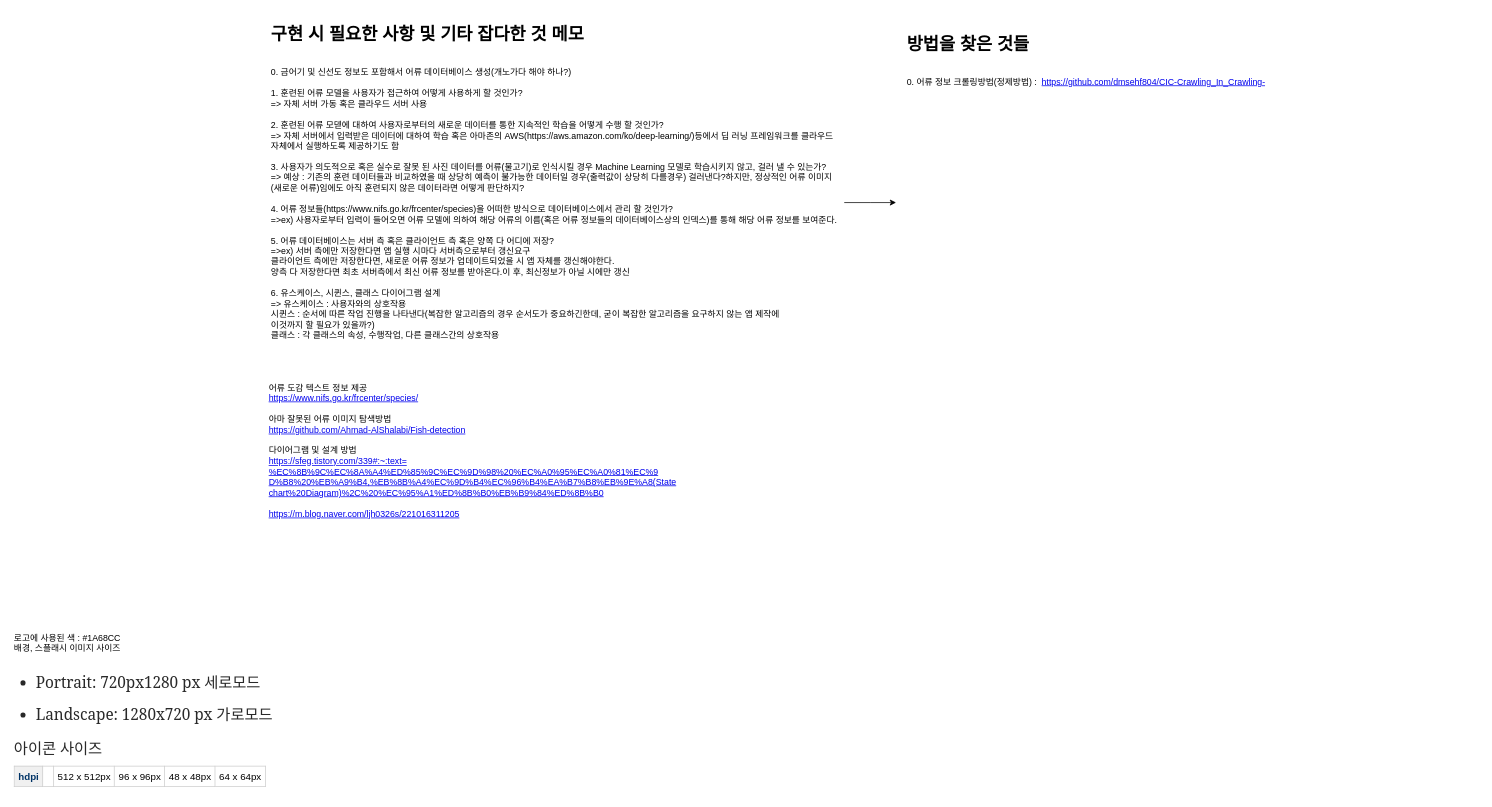
Before: page "메모" (1 of 5) of 설계/설계.drawio in 2021-KNU-Capstone-Team1/FishDic, a draw.io diagram. Source tidied: cells renumbered, new cells numbered last; positions are measured from the earlier drawing's top-left corner, leaving out a move shared by most shapes. Both pictures are drawn from the tidied source at 73%, with x=0, y=0 at pixel (12, 20).
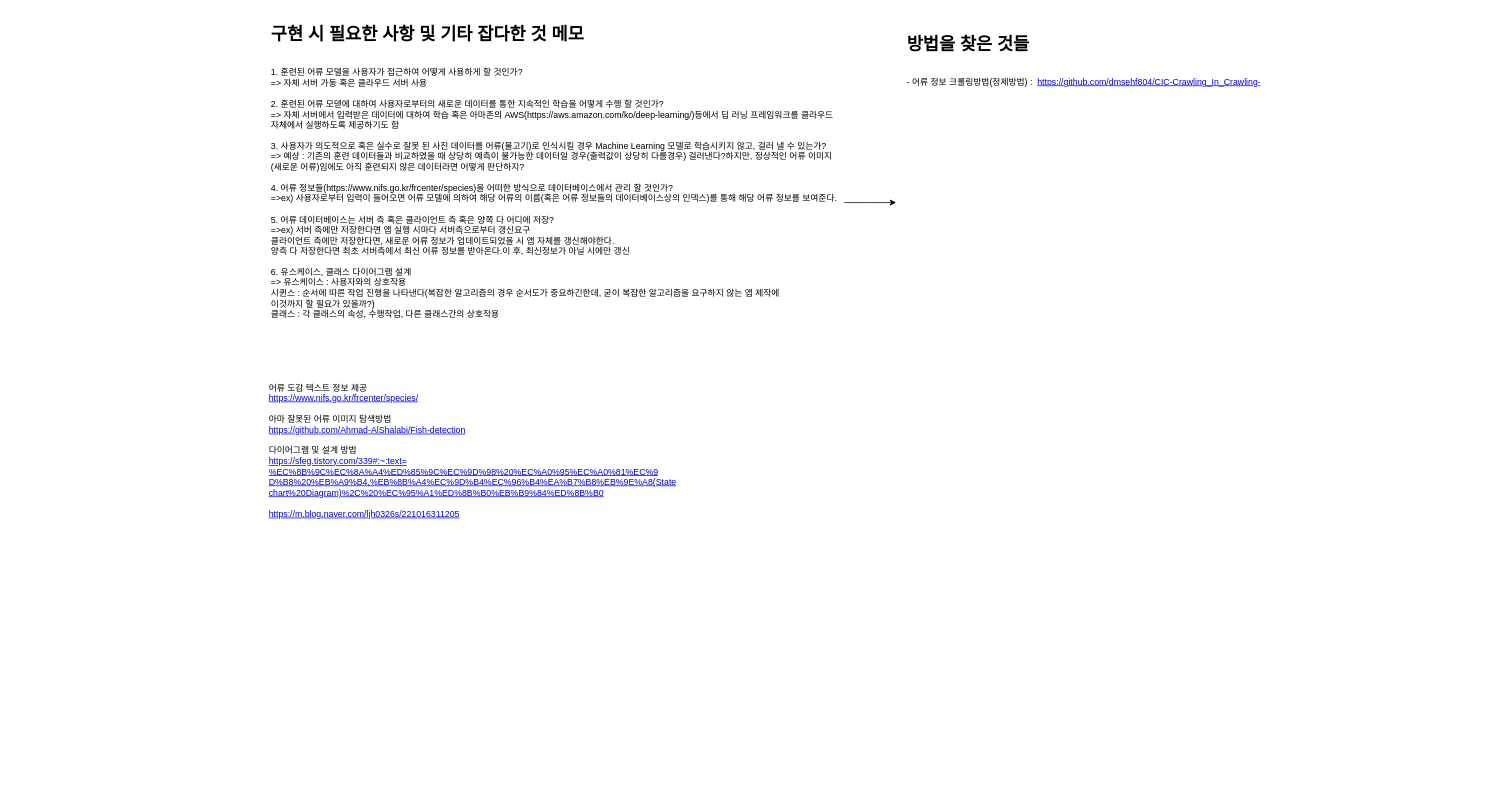
The same diagram, later.

Diff of the diagram source:
```diff
@@
 <mxGraphModel>
   <root>
     <mxCell id="0" />
     <mxCell id="1" parent="0" />
     <mxCell id="2" style="edgeStyle=orthogonalEdgeStyle;rounded=0;jettySize=auto;html=1;" parent="1" edge="1" source="3">
       <mxGeometry relative="1" as="geometry">
         <mxPoint x="1210" y="250" as="targetPoint" />
       </mxGeometry>
     </mxCell>
-    <mxCell id="3" value="&lt;h1&gt;구현 시 필요한 사항 및 기타 잡다한 것 메모&lt;/h1&gt;&lt;div&gt;&lt;strike&gt;&lt;br&gt;&lt;/strike&gt;&lt;/div&gt;&lt;div&gt;0. 금어기 및 신선도 정보도 포함해서 어류 데이터베이스 생성(개노가다 해야 하나?)&lt;/div&gt;&lt;div&gt;&lt;br&gt;&lt;/div&gt;&lt;div&gt;1. 훈련된 어류 모델을 사용자가 접근하여 어떻게 사용하게 할 것인가?&lt;/div&gt;&lt;div&gt;=&amp;gt; 자체 서버 가동 혹은 클라우드 서버 사용&lt;/div&gt;&lt;div&gt;&lt;br&gt;&lt;/div&gt;&lt;div&gt;2. 훈련된 어류 모덷에 대하여 사용자로부터의 새로운 데이터를 통한 지속적인 학습을 어떻게 수행 할 것인가?&lt;/div&gt;&lt;div&gt;=&amp;gt; 자체 서버에서 입력받은 데이터에 대하여 학습 혹은 아마존의 AWS(https://aws.amazon.com/ko/deep-learning/)등에서 딥 러닝 프레임워크를 클라우드 자체에서 실행하도록 제공하기도 함&lt;/div&gt;&lt;div&gt;&lt;br&gt;&lt;/div&gt;&lt;div&gt;3. 사용자가 의도적으로 혹은 실수로 잘못 된 사진 데이터를 어류(물고기)로 인식시킬 경우 Machine Learning 모델로 학습시키지 않고, 걸러 낼 수 있는가?&lt;/div&gt;&lt;div&gt;=&amp;gt; 예상 : 기존의 훈련 데이터들과 비교하였을 때 상당히 예측이 불가능한 데이터일 경우(출력값이 상당히 다를경우) 걸러낸다?하지만, 정상적인 어류 이미지(새로운 어류)임에도 아직 훈련되지 않은 데이터라면 어떻게 판단하지?&lt;/div&gt;&lt;div&gt;&lt;br&gt;&lt;/div&gt;&lt;div&gt;4. 어류 정보들(https://www.nifs.go.kr/frcenter/species)을 어떠한 방식으로 데이터베이스에서 관리 할 것인가?&lt;/div&gt;&lt;div&gt;=&amp;gt;ex) 사용자로부터 입력이 들어오면 어류 모델에 의하여 해당 어류의 이름(혹은 어류 정보들의 데이터베이스상의 인덱스)를 통해 해당 어류 정보를 보여준다.&lt;/div&gt;&lt;div&gt;&lt;br&gt;&lt;/div&gt;&lt;div&gt;5. 어류 데이터베이스는 서버 측 혹은 클라이언트 측 혹은 양쪽 다 어디에 저장?&lt;/div&gt;&lt;div&gt;=&amp;gt;ex) 서버 측에만 저장한다면 앱 실행 시마다 서버측으로부터 갱신요구&lt;/div&gt;&lt;div&gt;클라이언트 측에만 저장한다면, 새로운 어류 정보가 업데이트되었을 시 앱 자체를 갱신해야한다.&lt;/div&gt;&lt;div&gt;양측 다 저장한다면 최초 서버측에서 최신 어류 정보를 받아온다.이 후, 최신정보가 아닐 시에만 갱신&lt;/div&gt;&lt;div&gt;&lt;br&gt;&lt;/div&gt;&lt;div&gt;6. 유스케이스, 시퀸스, 클래스 다이어그램 설계&lt;/div&gt;&lt;div&gt;=&amp;gt; 유스케이스 : 사용자와의 상호작용&lt;/div&gt;&lt;div&gt;시퀸스 : 순서에 따른 작업 진행을 나타낸다(복잡한 알고리즘의 경우 순서도가 중요하긴한데, 굳이 복잡한 알고리즘을 요구하지 않는 앱 제작에&amp;nbsp;&lt;/div&gt;&lt;div&gt;이것까지 할 필요가 있을까?)&lt;/div&gt;&lt;div&gt;클래스 : 각 클래스의 속성, 수행작업, 다른 클래스간의 상호작용&lt;/div&gt;" style="text;html=1;strokeColor=none;fillColor=none;spacing=5;spacingTop=-20;whiteSpace=wrap;overflow=hidden;rounded=0;align=left;" parent="1" vertex="1">
+    <mxCell id="3" value="&lt;h1&gt;구현 시 필요한 사항 및 기타 잡다한 것 메모&lt;/h1&gt;&lt;div&gt;&lt;br&gt;&lt;/div&gt;&lt;div&gt;1. 훈련된 어류 모델을 사용자가 접근하여 어떻게 사용하게 할 것인가?&lt;/div&gt;&lt;div&gt;=&amp;gt; 자체 서버 가동 혹은 클라우드 서버 사용&lt;/div&gt;&lt;div&gt;&lt;br&gt;&lt;/div&gt;&lt;div&gt;2. 훈련된 어류 모덷에 대하여 사용자로부터의 새로운 데이터를 통한 지속적인 학습을 어떻게 수행 할 것인가?&lt;/div&gt;&lt;div&gt;=&amp;gt; 자체 서버에서 입력받은 데이터에 대하여 학습 혹은 아마존의 AWS(https://aws.amazon.com/ko/deep-learning/)등에서 딥 러닝 프레임워크를 클라우드 자체에서 실행하도록 제공하기도 함&lt;/div&gt;&lt;div&gt;&lt;br&gt;&lt;/div&gt;&lt;div&gt;3. 사용자가 의도적으로 혹은 실수로 잘못 된 사진 데이터를 어류(물고기)로 인식시킬 경우 Machine Learning 모델로 학습시키지 않고, 걸러 낼 수 있는가?&lt;/div&gt;&lt;div&gt;=&amp;gt; 예상 : 기존의 훈련 데이터들과 비교하였을 때 상당히 예측이 불가능한 데이터일 경우(출력값이 상당히 다를경우) 걸러낸다?하지만, 정상적인 어류 이미지(새로운 어류)임에도 아직 훈련되지 않은 데이터라면 어떻게 판단하지?&lt;/div&gt;&lt;div&gt;&lt;br&gt;&lt;/div&gt;&lt;div&gt;4. 어류 정보들(https://www.nifs.go.kr/frcenter/species)을 어떠한 방식으로 데이터베이스에서 관리 할 것인가?&lt;/div&gt;&lt;div&gt;=&amp;gt;ex) 사용자로부터 입력이 들어오면 어류 모델에 의하여 해당 어류의 이름(혹은 어류 정보들의 데이터베이스상의 인덱스)를 통해 해당 어류 정보를 보여준다.&lt;/div&gt;&lt;div&gt;&lt;br&gt;&lt;/div&gt;&lt;div&gt;5. 어류 데이터베이스는 서버 측 혹은 클라이언트 측 혹은 양쪽 다 어디에 저장?&lt;/div&gt;&lt;div&gt;=&amp;gt;ex) 서버 측에만 저장한다면 앱 실행 시마다 서버측으로부터 갱신요구&lt;/div&gt;&lt;div&gt;클라이언트 측에만 저장한다면, 새로운 어류 정보가 업데이트되었을 시 앱 자체를 갱신해야한다.&lt;/div&gt;&lt;div&gt;양측 다 저장한다면 최초 서버측에서 최신 어류 정보를 받아온다.이 후, 최신정보가 아닐 시에만 갱신&lt;/div&gt;&lt;div&gt;&lt;br&gt;&lt;/div&gt;&lt;div&gt;6. 유스케이스, 클래스 다이어그램 설계&lt;/div&gt;&lt;div&gt;=&amp;gt; 유스케이스 : 사용자와의 상호작용&lt;/div&gt;&lt;div&gt;시퀸스 : 순서에 따른 작업 진행을 나타낸다(복잡한 알고리즘의 경우 순서도가 중요하긴한데, 굳이 복잡한 알고리즘을 요구하지 않는 앱 제작에&amp;nbsp;&lt;/div&gt;&lt;div&gt;이것까지 할 필요가 있을까?)&lt;/div&gt;&lt;div&gt;클래스 : 각 클래스의 속성, 수행작업, 다른 클래스간의 상호작용&lt;/div&gt;" style="text;html=1;strokeColor=none;fillColor=none;spacing=5;spacingTop=-20;whiteSpace=wrap;overflow=hidden;rounded=0;align=left;" parent="1" vertex="1">
       <mxGeometry x="349" width="790" height="500" as="geometry" />
     </mxCell>
     <mxCell id="4" value="&lt;span&gt;어류 도감 텍스트 정보 제공&lt;/span&gt;&lt;br&gt;&lt;a href=&quot;https://www.nifs.go.kr/frcenter/species/&quot;&gt;https://www.nifs.go.kr/frcenter/species/&lt;/a&gt;&lt;br&gt;&lt;br&gt;&lt;span&gt;아마 잘못된 어류 이미지 탐색방법&lt;/span&gt;&lt;br&gt;&lt;a href=&quot;https://github.com/Ahmad-AlShalabi/Fish-detection&quot;&gt;https://github.com/Ahmad-AlShalabi/Fish-detection&lt;/a&gt;&lt;br&gt;&lt;br&gt;다이어그램 및 설계 방법&lt;br&gt;&lt;a href=&quot;https://sfeg.tistory.com/339#:~:text=%EC%8B%9C%EC%8A%A4%ED%85%9C%EC%9D%98%20%EC%A0%95%EC%A0%81%EC%9D%B8%20%EB%A9%B4,%EB%8B%A4%EC%9D%B4%EC%96%B4%EA%B7%B8%EB%9E%A8(Statechart%20Diagram)%2C%20%EC%95%A1%ED%8B%B0%EB%B9%84%ED%8B%B0&quot;&gt;https://sfeg.tistory.com/339#:~:text=&lt;br&gt;%EC%8B%9C%EC%8A%A4%ED%85%9C%EC%9D%98%20%EC%A0%95%EC%A0%81%EC%9&lt;br&gt;D%B8%20%EB%A9%B4,%EB%8B%A4%EC%9D%B4%EC%96%B4%EA%B7%B8%EB%9E%A8(State&lt;br&gt;chart%20Diagram)%2C%20%EC%95%A1%ED%8B%B0%EB%B9%84%ED%8B%B0&lt;/a&gt;&lt;br&gt;&lt;br&gt;&lt;a href=&quot;https://m.blog.naver.com/ljh0326s/221016311205&quot;&gt;https://m.blog.naver.com/ljh0326s/221016311205&lt;/a&gt;" style="text;html=1;strokeColor=none;fillColor=none;align=left;verticalAlign=middle;whiteSpace=wrap;rounded=0;" parent="1" vertex="1">
       <mxGeometry x="349" y="480" width="681" height="220" as="geometry" />
     </mxCell>
-    <mxCell id="5" value="&lt;h1&gt;방법을 찾은 것들&lt;/h1&gt;&lt;div&gt;&lt;br&gt;&lt;/div&gt;&lt;div&gt;0. 어류 정보 크롤링방법(정제방법) :&amp;nbsp; &lt;a href=&quot;https://github.com/dmsehf804/CIC-Crawling_In_Crawling-&quot;&gt;https://github.com/dmsehf804/CIC-Crawling_In_Crawling-&lt;/a&gt;&lt;/div&gt;" style="text;html=1;strokeColor=none;fillColor=none;spacing=5;spacingTop=-20;whiteSpace=wrap;overflow=hidden;rounded=0;align=left;" parent="1" vertex="1">
+    <mxCell id="5" value="&lt;h1&gt;방법을 찾은 것들&lt;/h1&gt;&lt;div&gt;&lt;br&gt;&lt;/div&gt;&lt;div&gt;- 어류 정보 크롤링방법(정제방법) :&amp;nbsp; &lt;a href=&quot;https://github.com/dmsehf804/CIC-Crawling_In_Crawling-&quot;&gt;https://github.com/dmsehf804/CIC-Crawling_In_Crawling-&lt;/a&gt;&lt;/div&gt;&lt;div&gt;&lt;/div&gt;" style="text;html=1;strokeColor=none;fillColor=none;spacing=5;spacingTop=-20;whiteSpace=wrap;overflow=hidden;rounded=0;align=left;" parent="1" vertex="1">
       <mxGeometry x="1220" y="13" width="790" height="500" as="geometry" />
     </mxCell>
-    <mxCell id="6" value="로고에 사용된 색 :&amp;nbsp;#1A68CC&lt;br&gt;배경, 스플래시 이미지 사이즈&amp;nbsp;&lt;br&gt;&lt;ul class=&quot;&quot; style=&quot;box-sizing: inherit ; margin: 0px ; padding: 0px ; list-style: none none ; color: rgba(0 , 0 , 0 , 0.8) ; font-family: , , &amp;#34;blinkmacsystemfont&amp;#34; , &amp;#34;segoe ui&amp;#34; , &amp;#34;roboto&amp;#34; , &amp;#34;oxygen&amp;#34; , &amp;#34;ubuntu&amp;#34; , &amp;#34;cantarell&amp;#34; , &amp;#34;open sans&amp;#34; , &amp;#34;helvetica neue&amp;#34; , sans-serif ; font-size: medium ; background-color: rgb(255 , 255 , 255)&quot;&gt;&lt;li id=&quot;1b01&quot; class=&quot;hk hl eb hm b fa ij ho hp fd ik hr hs ht il hv hw hx im hz ia ib in id ie if ig ih ii ey&quot; style=&quot;box-sizing: inherit ; color: rgb(41 , 41 , 41) ; line-height: 32px ; letter-spacing: -0.003em ; font-family: &amp;#34;charter&amp;#34; , &amp;#34;georgia&amp;#34; , &amp;#34;cambria&amp;#34; , &amp;#34;times new roman&amp;#34; , &amp;#34;times&amp;#34; , serif ; margin-bottom: -0.46em ; list-style-type: disc ; margin-left: 30px ; padding-left: 0px ; font-size: 21px ; margin-top: 1.05em&quot;&gt;Portrait: 720px1280 px 세로모드&lt;/li&gt;&lt;li id=&quot;e02c&quot; class=&quot;hk hl eb hm b fa ij ho hp fd ik hr hs ht il hv hw hx im hz ia ib in id ie if ig ih ii ey&quot; style=&quot;box-sizing: inherit ; color: rgb(41 , 41 , 41) ; line-height: 32px ; letter-spacing: -0.003em ; font-family: &amp;#34;charter&amp;#34; , &amp;#34;georgia&amp;#34; , &amp;#34;cambria&amp;#34; , &amp;#34;times new roman&amp;#34; , &amp;#34;times&amp;#34; , serif ; margin-bottom: -0.46em ; list-style-type: disc ; margin-left: 30px ; padding-left: 0px ; font-size: 21px ; margin-top: 1.05em&quot;&gt;Landscape: 1280x720 px 가로모드&lt;/li&gt;&lt;/ul&gt;&lt;div&gt;&lt;br&gt;&lt;/div&gt;&lt;div&gt;&lt;br&gt;&lt;/div&gt;&lt;div&gt;&lt;font color=&quot;#292929&quot; face=&quot;charter, georgia, cambria, times new roman, times, serif&quot;&gt;&lt;span style=&quot;font-size: 21px ; letter-spacing: -0.063px&quot;&gt;아이콘 사이즈&lt;/span&gt;&lt;/font&gt;&lt;/div&gt;&lt;div&gt;&lt;table class=&quot;confluenceTable&quot; style=&quot;box-sizing: inherit ; border: 1px solid rgb(218 , 220 , 224) ; border-collapse: collapse ; font-size: 13px ; font-family: &amp;#34;helvetica&amp;#34; , &amp;#34;arial&amp;#34; , sans-serif ; padding: 0px ; margin: 10px 0px ; line-height: 13pt ; background-color: rgb(255 , 255 , 255) ; text-indent: 0px&quot;&gt;&lt;tbody style=&quot;box-sizing: inherit&quot;&gt;&lt;tr style=&quot;box-sizing: inherit ; border-bottom: 1px solid rgb(218 , 220 , 224) ; font-size: 10pt ; line-height: 13pt&quot;&gt;&lt;th class=&quot;confluenceTh&quot; style=&quot;box-sizing: inherit ; padding: 5px ; border-width: 1px ; border-style: solid ; border-color: rgb(204 , 204 , 204) ; font-size: 10pt ; vertical-align: top ; color: rgb(0 , 51 , 102) ; text-align: left ; margin: 0px ; line-height: 13pt ; background-color: rgb(240 , 240 , 240)&quot;&gt;hdpi&lt;/th&gt;&lt;td class=&quot;confluenceTd&quot; style=&quot;box-sizing: inherit ; padding: 5px ; border-width: 1px ; border-style: solid ; border-color: rgb(204 , 204 , 204) ; font-size: 10pt ; vertical-align: top ; margin: 0px ; line-height: 13pt&quot;&gt;&amp;nbsp;&lt;/td&gt;&lt;td class=&quot;confluenceTd&quot; style=&quot;box-sizing: inherit ; padding: 5px ; border-width: 1px ; border-style: solid ; border-color: rgb(204 , 204 , 204) ; font-size: 10pt ; vertical-align: top ; margin: 0px ; line-height: 13pt&quot;&gt;512 x 512px&lt;/td&gt;&lt;td class=&quot;confluenceTd&quot; style=&quot;box-sizing: inherit ; padding: 5px ; border-width: 1px ; border-style: solid ; border-color: rgb(204 , 204 , 204) ; font-size: 10pt ; vertical-align: top ; margin: 0px ; line-height: 13pt&quot;&gt;96 x 96px&lt;/td&gt;&lt;td class=&quot;confluenceTd&quot; style=&quot;box-sizing: inherit ; padding: 5px ; border-width: 1px ; border-style: solid ; border-color: rgb(204 , 204 , 204) ; font-size: 10pt ; vertical-align: top ; margin: 0px ; line-height: 13pt&quot;&gt;48 x 48px&lt;/td&gt;&lt;td class=&quot;confluenceTd&quot; style=&quot;box-sizing: inherit ; padding: 5px ; border-width: 1px ; border-style: solid ; border-color: rgb(204 , 204 , 204) ; font-size: 10pt ; vertical-align: top ; margin: 0px ; line-height: 13pt&quot;&gt;64 x 64px&lt;/td&gt;&lt;/tr&gt;&lt;/tbody&gt;&lt;/table&gt;&lt;/div&gt;" style="text;html=1;align=left;verticalAlign=middle;" parent="1" vertex="1">
-      <mxGeometry y="840" width="360" height="220" as="geometry" />
-    </mxCell>
   </root>
 </mxGraphModel>
```
